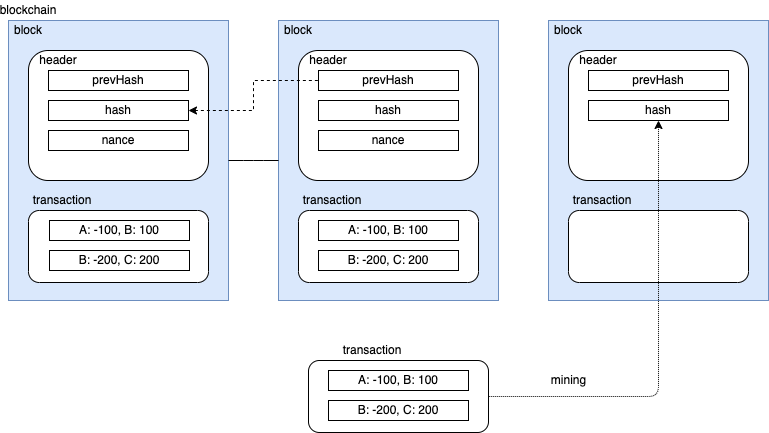
The draw.io diagram res/design.drawio.png in azul915/toy-blockchain, before a commit. Source tidied: cells renumbered, new cells last; positions are measured from the earlier drawing's top-left corner, leaving out a move shared by most shapes.
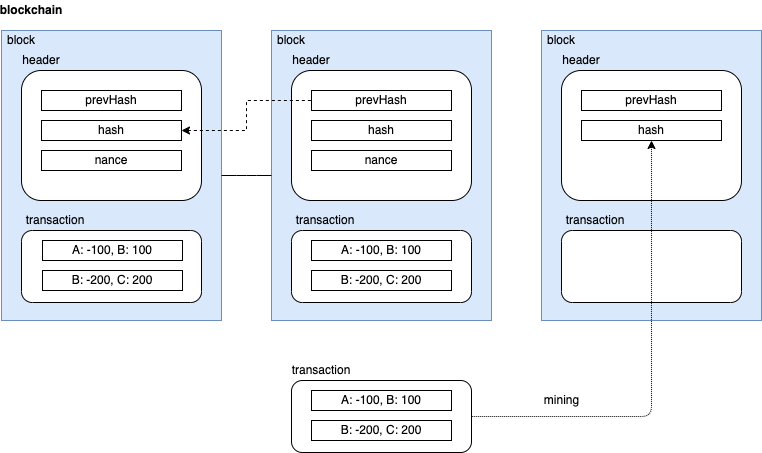
After the commit.

What changed in the source:
```diff
@@ -2,17 +2,17 @@
   <root>
     <mxCell id="0" />
     <mxCell id="1" value="blockchain" parent="0" />
-    <mxCell id="2" style="rounded=0;whiteSpace=wrap;html=1;fillColor=#dae8fc;strokeColor=#6c8ebf;" parent="1" vertex="1">
-      <mxGeometry y="20" width="220" height="280" as="geometry" />
+    <mxCell id="2" value="z" style="rounded=0;whiteSpace=wrap;html=1;fillColor=#dae8fc;strokeColor=#6c8ebf;" parent="1" vertex="1">
+      <mxGeometry y="10" width="220" height="290" as="geometry" />
     </mxCell>
     <mxCell id="3" style="rounded=0;whiteSpace=wrap;html=1;fillColor=#dae8fc;strokeColor=#6c8ebf;" parent="1" vertex="1">
-      <mxGeometry x="270" y="20" width="220" height="280" as="geometry" />
+      <mxGeometry x="270" y="10" width="220" height="290" as="geometry" />
     </mxCell>
     <mxCell id="4" style="edgeStyle=elbowEdgeStyle;jumpStyle=none;html=1;exitX=1;exitY=0.5;exitDx=0;exitDy=0;entryX=0;entryY=0.5;entryDx=0;entryDy=0;endArrow=none;endFill=0;" parent="1" edge="1" source="2" target="3">
       <mxGeometry relative="1" as="geometry" />
     </mxCell>
     <mxCell id="5" style="rounded=0;whiteSpace=wrap;html=1;fillColor=#dae8fc;strokeColor=#6c8ebf;" parent="1" vertex="1">
-      <mxGeometry x="540" y="20" width="220" height="280" as="geometry" />
+      <mxGeometry x="540" y="10" width="220" height="290" as="geometry" />
     </mxCell>
     <mxCell id="6" value="transaction" parent="0" />
     <mxCell id="7" style="rounded=1;whiteSpace=wrap;html=1;" parent="6" vertex="1">
@@ -25,7 +25,7 @@
       <mxGeometry x="560" y="210" width="180" height="72" as="geometry" />
     </mxCell>
     <mxCell id="10" style="rounded=1;whiteSpace=wrap;html=1;" parent="6" vertex="1">
-      <mxGeometry x="300" y="360" width="180" height="72" as="geometry" />
+      <mxGeometry x="290" y="360" width="180" height="72" as="geometry" />
     </mxCell>
     <mxCell id="11" value="header" parent="0" />
     <mxCell id="12" style="rounded=1;whiteSpace=wrap;html=1;" parent="11" vertex="1">
@@ -60,10 +60,10 @@
       <mxGeometry x="41" y="250" width="140" height="20" as="geometry" />
     </mxCell>
     <mxCell id="23" value="A: -100, B: 100" style="rounded=0;whiteSpace=wrap;html=1;" parent="16" vertex="1">
-      <mxGeometry x="320" y="370" width="140" height="20" as="geometry" />
+      <mxGeometry x="310" y="370" width="140" height="20" as="geometry" />
     </mxCell>
     <mxCell id="24" value="B: -200, C: 200" style="rounded=0;whiteSpace=wrap;html=1;" parent="16" vertex="1">
-      <mxGeometry x="320" y="400" width="140" height="20" as="geometry" />
+      <mxGeometry x="310" y="400" width="140" height="20" as="geometry" />
     </mxCell>
     <mxCell id="25" value="prevHash" style="rounded=0;whiteSpace=wrap;html=1;" parent="16" vertex="1">
       <mxGeometry x="580" y="70" width="140" height="20" as="geometry" />
@@ -84,17 +84,17 @@
       <mxGeometry x="580" y="100" width="140" height="20" as="geometry" />
     </mxCell>
     <mxCell id="31" value="labels" parent="0" />
-    <mxCell id="32" value="blockchain" style="text;html=1;strokeColor=none;fillColor=none;align=center;verticalAlign=middle;whiteSpace=wrap;rounded=0;" parent="31" vertex="1">
-      <mxGeometry width="40" height="20" as="geometry" />
+    <mxCell id="32" value="blockchain" style="text;html=1;strokeColor=none;fillColor=none;align=center;verticalAlign=middle;whiteSpace=wrap;rounded=0;fontStyle=1;" parent="31" vertex="1">
+      <mxGeometry x="10" y="-20" width="40" height="20" as="geometry" />
     </mxCell>
     <mxCell id="33" value="block" style="text;html=1;strokeColor=none;fillColor=none;align=center;verticalAlign=middle;whiteSpace=wrap;rounded=0;" parent="31" vertex="1">
-      <mxGeometry y="20" width="40" height="20" as="geometry" />
+      <mxGeometry y="10" width="40" height="20" as="geometry" />
     </mxCell>
     <mxCell id="34" value="block" style="text;html=1;strokeColor=none;fillColor=none;align=center;verticalAlign=middle;whiteSpace=wrap;rounded=0;" parent="31" vertex="1">
-      <mxGeometry x="270" y="20" width="40" height="20" as="geometry" />
+      <mxGeometry x="270" y="10" width="40" height="20" as="geometry" />
     </mxCell>
     <mxCell id="35" value="block" style="text;html=1;strokeColor=none;fillColor=none;align=center;verticalAlign=middle;whiteSpace=wrap;rounded=0;" parent="31" vertex="1">
-      <mxGeometry x="540" y="20" width="40" height="20" as="geometry" />
+      <mxGeometry x="540" y="10" width="40" height="20" as="geometry" />
     </mxCell>
     <mxCell id="36" value="transaction" style="text;html=1;strokeColor=none;fillColor=none;align=center;verticalAlign=middle;whiteSpace=wrap;rounded=0;" parent="31" vertex="1">
       <mxGeometry x="34" y="190" width="40" height="20" as="geometry" />
@@ -106,26 +106,26 @@
       <mxGeometry x="574" y="190" width="40" height="20" as="geometry" />
     </mxCell>
     <mxCell id="39" value="header" style="text;html=1;strokeColor=none;fillColor=none;align=center;verticalAlign=middle;whiteSpace=wrap;rounded=0;" parent="31" vertex="1">
-      <mxGeometry x="30" y="50" width="40" height="20" as="geometry" />
+      <mxGeometry x="20" y="30" width="40" height="20" as="geometry" />
     </mxCell>
     <mxCell id="40" value="header" style="text;html=1;strokeColor=none;fillColor=none;align=center;verticalAlign=middle;whiteSpace=wrap;rounded=0;" parent="31" vertex="1">
-      <mxGeometry x="300" y="50" width="40" height="20" as="geometry" />
+      <mxGeometry x="290" y="30" width="40" height="20" as="geometry" />
     </mxCell>
     <mxCell id="41" value="header" style="text;html=1;strokeColor=none;fillColor=none;align=center;verticalAlign=middle;whiteSpace=wrap;rounded=0;" parent="31" vertex="1">
-      <mxGeometry x="570" y="50" width="40" height="20" as="geometry" />
+      <mxGeometry x="560" y="30" width="40" height="20" as="geometry" />
     </mxCell>
     <mxCell id="42" value="transaction" style="text;html=1;strokeColor=none;fillColor=none;align=center;verticalAlign=middle;whiteSpace=wrap;rounded=0;" parent="31" vertex="1">
-      <mxGeometry x="344" y="340" width="40" height="20" as="geometry" />
+      <mxGeometry x="300" y="340" width="40" height="20" as="geometry" />
     </mxCell>
+    <mxCell id="44" value="mining" style="text;html=1;align=center;verticalAlign=middle;strokeColor=none;fillColor=none;" parent="31" vertex="1">
+      <mxGeometry x="535" y="370" width="50" height="20" as="geometry" />
+    </mxCell>
-    <mxCell id="43" style="edgeStyle=orthogonalEdgeStyle;rounded=1;jumpStyle=none;html=1;dashed=1;startArrow=classic;startFill=1;endArrow=none;endFill=0;elbow=vertical;exitX=0.5;exitY=1;exitDx=0;exitDy=0;dashPattern=1 1;entryX=1;entryY=0.5;entryDx=0;entryDy=0;" parent="31" edge="1" source="30" target="10">
+    <mxCell id="43" style="edgeStyle=orthogonalEdgeStyle;rounded=1;jumpStyle=arc;html=1;startArrow=classic;startFill=1;endArrow=none;endFill=0;elbow=vertical;entryX=1;entryY=0.5;entryDx=0;entryDy=0;exitX=0.5;exitY=1;exitDx=0;exitDy=0;dashed=1;dashPattern=1 1;" parent="31" edge="1" source="30" target="10">
       <mxGeometry relative="1" as="geometry">
         <Array as="points">
           <mxPoint x="650" y="396" />
         </Array>
       </mxGeometry>
     </mxCell>
-    <mxCell id="44" value="mining" style="text;html=1;align=center;verticalAlign=middle;strokeColor=none;fillColor=none;" parent="31" vertex="1">
-      <mxGeometry x="535" y="370" width="50" height="20" as="geometry" />
-    </mxCell>
   </root>
 </mxGraphModel>
```
